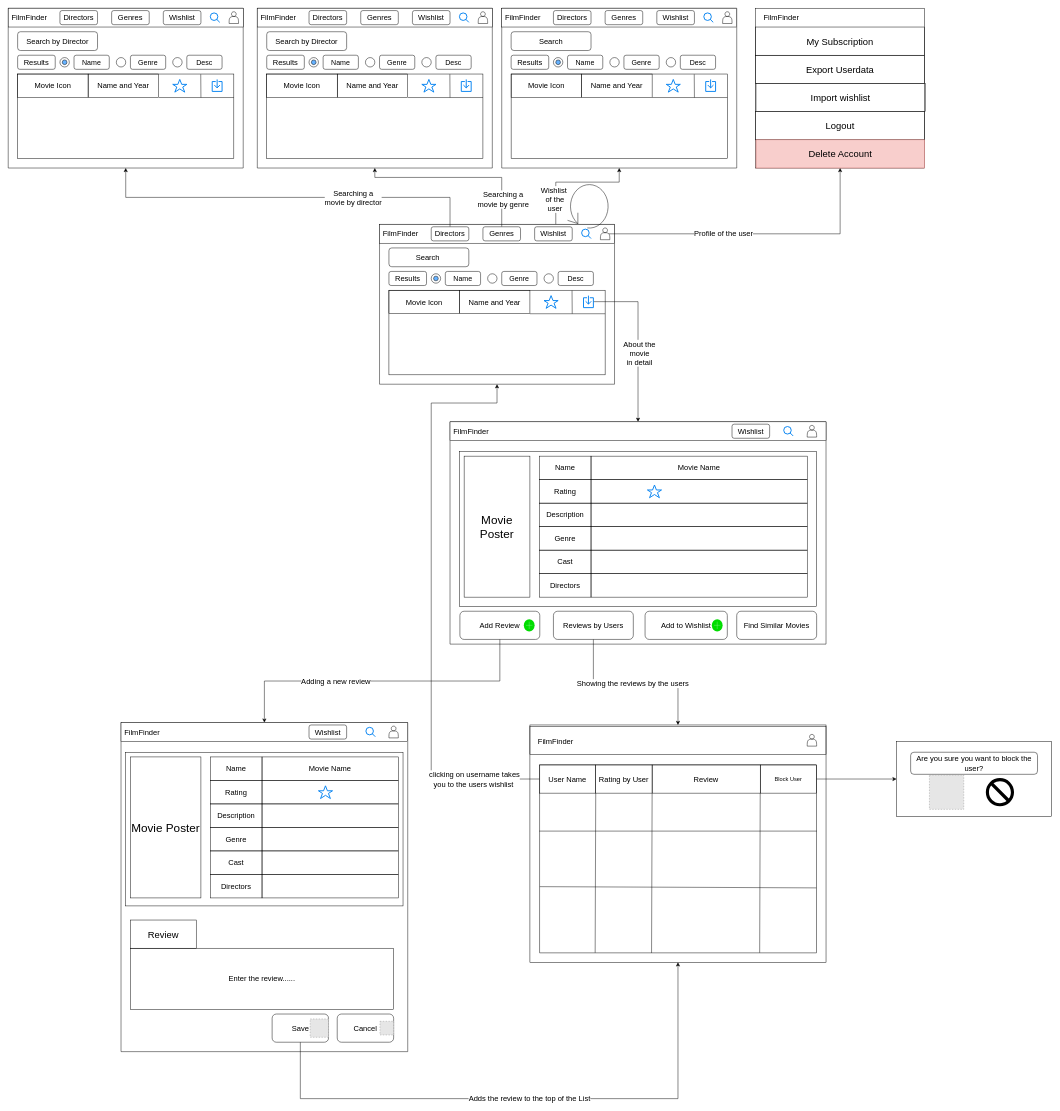
The draw.io diagram page "UI diagrams" (4 of 4) of usb.drawio in unsw-cse-capstone-project/capstone-project-comp9900-h16a-tahelka, before the edit. Source tidied: cells renumbered, new cells numbered last; positions are measured from the earlier drawing's top-left corner, leaving out a move shared by most shapes. Both pictures are drawn from the tidied source at 47%, with x=0, y=0 at pixel (8, 8). Pictures stored in the file or linked from it are replaced by grey dashed boxes.
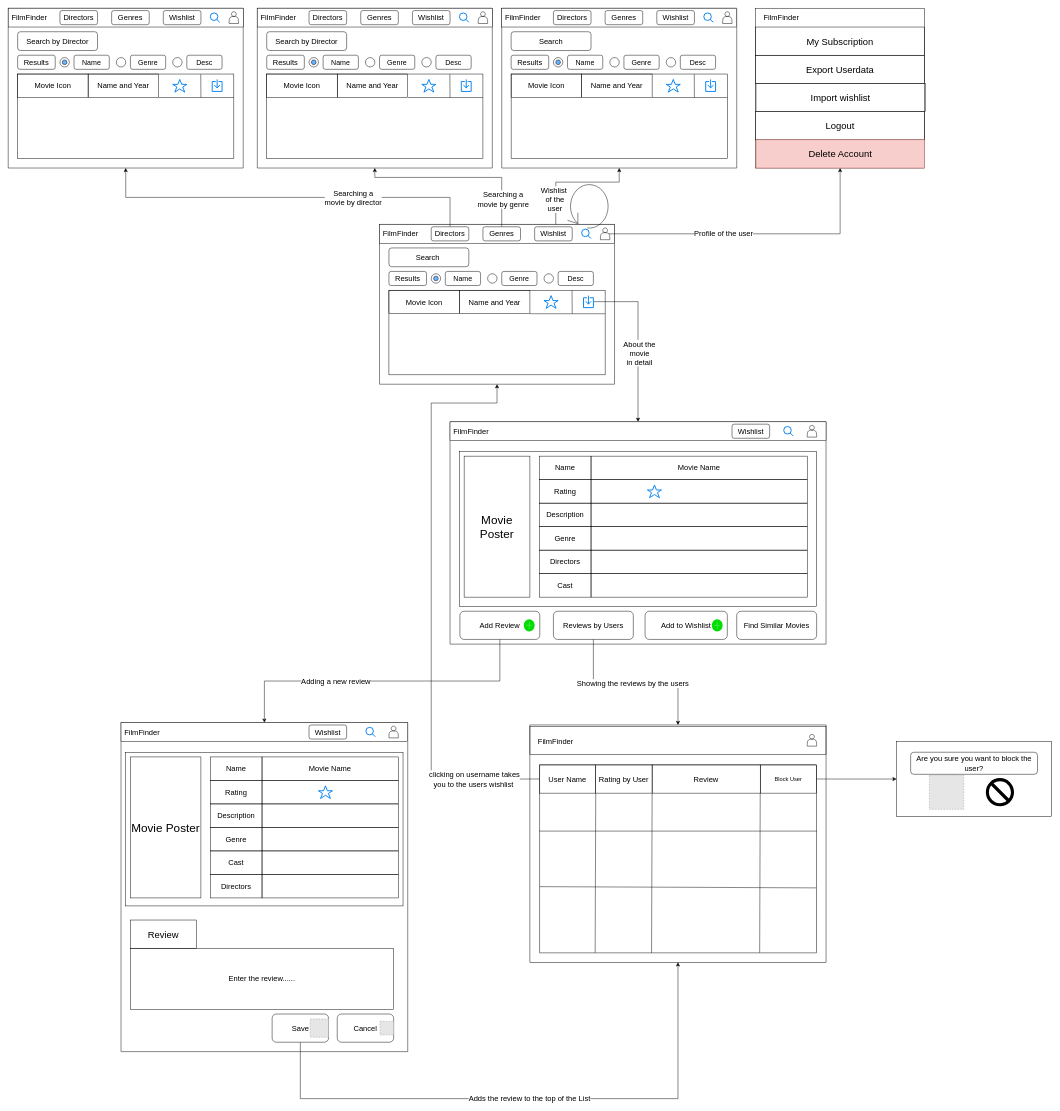
After the change.

Diff of the diagram source:
```diff
@@
-    <mxCell id="133" value="&lt;span style=&quot;font-size: 16px&quot;&gt;Cast&lt;/span&gt;" style="rounded=0;whiteSpace=wrap;html=1;fillColor=none;" parent="1" vertex="1">
+    <mxCell id="133" value="&lt;span style=&quot;font-size: 16px&quot;&gt;Directors&lt;/span&gt;" style="rounded=0;whiteSpace=wrap;html=1;fillColor=none;" parent="1" vertex="1">
       <mxGeometry x="1130" y="1153" width="110" height="50" as="geometry" />
     </mxCell>
-    <mxCell id="134" value="&lt;span style=&quot;font-size: 16px&quot;&gt;Directors&lt;/span&gt;" style="rounded=0;whiteSpace=wrap;html=1;fillColor=none;" parent="1" vertex="1">
+    <mxCell id="134" value="&lt;span style=&quot;font-size: 16px&quot;&gt;Cast&lt;/span&gt;" style="rounded=0;whiteSpace=wrap;html=1;fillColor=none;" parent="1" vertex="1">
       <mxGeometry x="1130" y="1203" width="110" height="50" as="geometry" />
     </mxCell>
```
